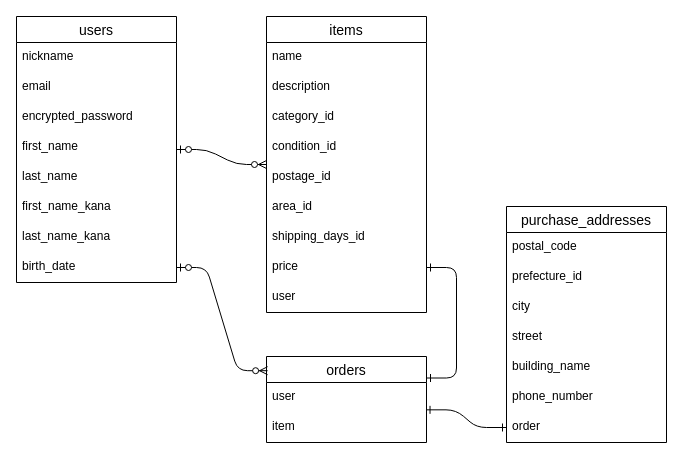
Before: DB_design.dio in EastKazu/furima-41466, a draw.io diagram. Source tidied: cells renumbered, new cells numbered last; positions are measured from the earlier drawing's top-left corner, leaving out a move shared by most shapes. Both pictures are drawn from the tidied source at 100%, with x=0, y=0 at pixel (16, 16).
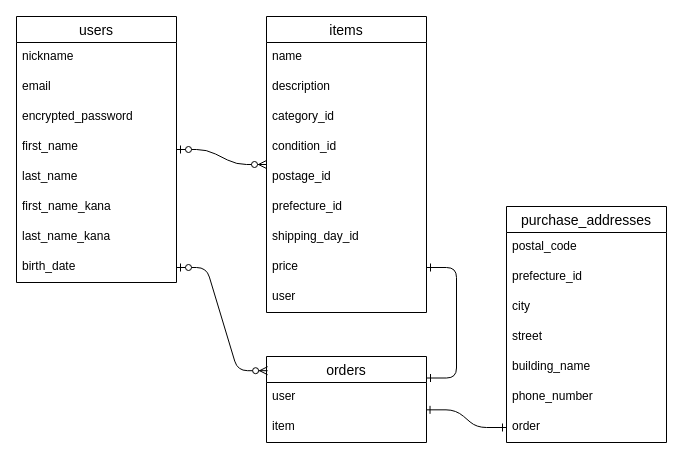
Above is the later version.

Commit message (it also covers changes not shown here):
データベース設計　修正3

README
shipping_days_idカラムのsを消去
郵便番号と電話番号をstring型に変更
area_idをprefecture_idに統一

ER図
shipping_days_idカラムのsを消去
area_idをprefecture_idに統一

Unchanged cells that the change refers to:
```xml
<mxCell id="11" value="items" style="swimlane;fontStyle=0;horizontal=1;startSize=26;align=center;fontSize=14;" parent="1" vertex="1">
  <mxGeometry x="250" width="160" height="296" as="geometry" />
</mxCell>
```

The edit, as a diff of the source:
```diff
@@
-    <mxCell id="17" value="area_id" style="text;strokeColor=none;fillColor=none;spacingLeft=4;spacingRight=4;overflow=hidden;fontSize=12;" parent="11" vertex="1">
+    <mxCell id="17" value="prefecture_id" style="text;strokeColor=none;fillColor=none;spacingLeft=4;spacingRight=4;overflow=hidden;fontSize=12;" parent="11" vertex="1">
       <mxGeometry y="176" width="160" height="30" as="geometry" />
     </mxCell>
-    <mxCell id="18" value="shipping_days_id" style="text;strokeColor=none;fillColor=none;spacingLeft=4;spacingRight=4;overflow=hidden;fontSize=12;" parent="11" vertex="1">
+    <mxCell id="18" value="shipping_day_id" style="text;strokeColor=none;fillColor=none;spacingLeft=4;spacingRight=4;overflow=hidden;fontSize=12;" parent="11" vertex="1">
       <mxGeometry y="206" width="160" height="30" as="geometry" />
     </mxCell>
```
